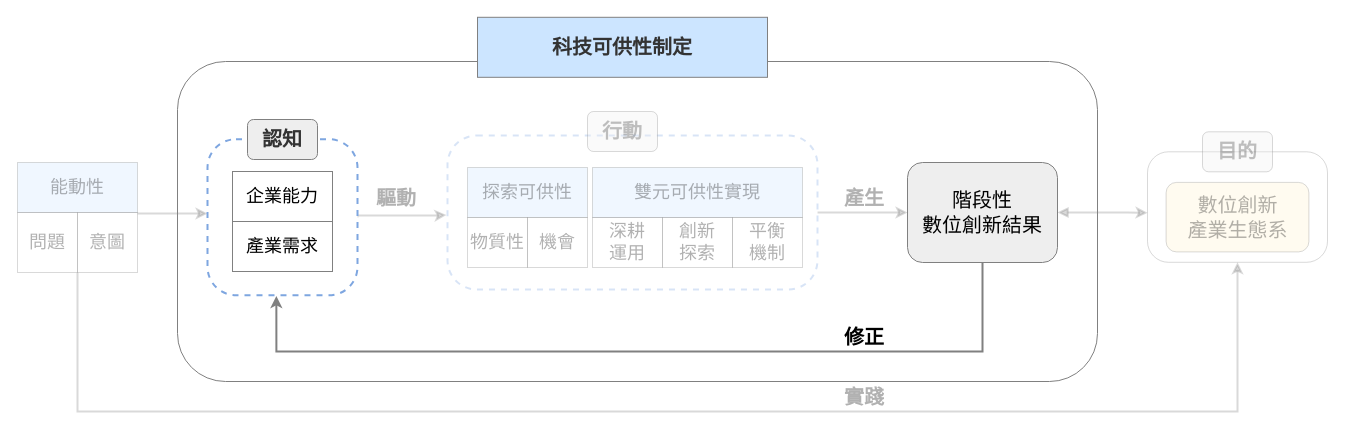
carina419/NTUST keeps this draw.io diagram as 論文ver1/圖片/簡報研究架構圖片/frontier enactment theroy_v10制定修正認知.drawio. Above is the earlier version. Source tidied: cells renumbered, new cells numbered last; positions are measured from the earlier drawing's top-left corner, leaving out a move shared by most shapes. Both pictures are drawn from the tidied source at 100%, with x=0, y=0 at pixel (17, 17).
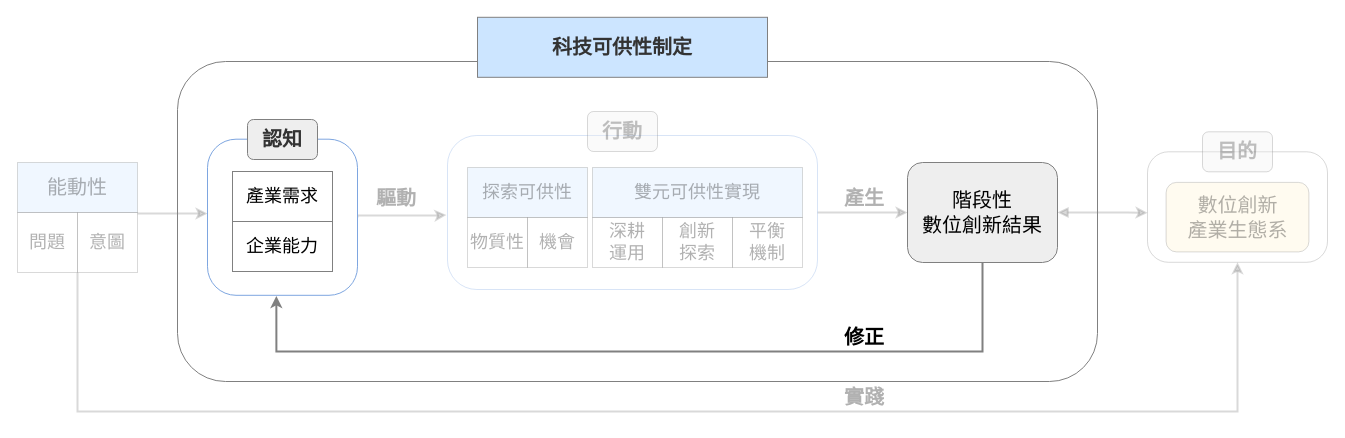
The same page after the edit.

Unchanged cells that the change refers to:
```xml
<mxCell id="18" style="group;textOpacity=30;opacity=30;" parent="1" vertex="1">
  <mxGeometry y="145" width="120" height="110" as="geometry" />
</mxCell>
<mxCell id="22" style="group;" parent="1" vertex="1">
  <mxGeometry x="190" y="102" width="150" height="175.8" as="geometry" />
</mxCell>
<mxCell id="25" style="group;" parent="22" vertex="1">
  <mxGeometry x="25" y="52" width="100" height="100" as="geometry" />
</mxCell>
```

Change to the diagram source:
```diff
@@
-    <mxCell id="21" value="能動性" style="rounded=0;whiteSpace=wrap;html=1;fontFamily=標楷體;fontSize=18;fontStyle=0;fillColor=#cce5ff;strokeColor=#808080;align=center;verticalAlign=middle;fontColor=default;textOpacity=30;opacity=30;" parent="18" vertex="1">
+    <mxCell id="21" value="&lt;font style=&quot;font-size: 20px;&quot;&gt;能動性&lt;/font&gt;" style="rounded=0;whiteSpace=wrap;html=1;fontFamily=標楷體;fontSize=18;fontStyle=0;fillColor=#cce5ff;strokeColor=#808080;align=center;verticalAlign=middle;fontColor=default;textOpacity=30;opacity=30;" parent="18" vertex="1">
       <mxGeometry width="120" height="50" as="geometry" />
     </mxCell>
@@
-    <mxCell id="23" style="rounded=1;whiteSpace=wrap;html=1;strokeWidth=2;dashed=1;fontFamily=標楷體;fontSize=18;fontStyle=0;strokeColor=#7EA6E0;align=center;verticalAlign=middle;arcSize=19;fontColor=default;fillColor=default;textOpacity=30;" parent="22" vertex="1">
+    <mxCell id="23" style="rounded=1;whiteSpace=wrap;html=1;strokeWidth=1;fontFamily=標楷體;fontSize=18;fontStyle=0;strokeColor=#7EA6E0;align=center;verticalAlign=middle;arcSize=19;fontColor=default;fillColor=default;textOpacity=30;" parent="22" vertex="1">
       <mxGeometry y="19.7" width="150" height="156.1" as="geometry" />
     </mxCell>
@@
-    <mxCell id="26" value="企業能力" style="rounded=0;whiteSpace=wrap;html=1;fontFamily=標楷體;fontSize=18;fontStyle=0;fillColor=default;strokeColor=#808080;align=center;verticalAlign=middle;fontColor=default;" parent="25" vertex="1">
+    <mxCell id="26" value="產業需求" style="rounded=0;whiteSpace=wrap;html=1;fontFamily=標楷體;fontSize=18;fontStyle=0;fillColor=default;strokeColor=#808080;align=center;verticalAlign=middle;fontColor=default;" parent="25" vertex="1">
       <mxGeometry width="100" height="50" as="geometry" />
     </mxCell>
-    <mxCell id="27" value="產業需求" style="rounded=0;whiteSpace=wrap;html=1;fontFamily=標楷體;fontSize=18;fontStyle=0;strokeColor=#808080;align=center;verticalAlign=middle;fontColor=default;fillColor=default;" parent="25" vertex="1">
+    <mxCell id="27" value="企業能力" style="rounded=0;whiteSpace=wrap;html=1;fontFamily=標楷體;fontSize=18;fontStyle=0;strokeColor=#808080;align=center;verticalAlign=middle;fontColor=default;fillColor=default;" parent="25" vertex="1">
       <mxGeometry y="50" width="100" height="50" as="geometry" />
     </mxCell>
@@
-    <mxCell id="29" style="rounded=1;whiteSpace=wrap;html=1;strokeWidth=2;dashed=1;fontFamily=標楷體;fontSize=18;fontStyle=0;arcSize=19;strokeColor=#7EA6E0;textOpacity=30;opacity=30;" parent="1" vertex="1">
+    <mxCell id="29" style="rounded=1;whiteSpace=wrap;html=1;strokeWidth=1;fontFamily=標楷體;fontSize=18;fontStyle=0;arcSize=19;strokeColor=#7EA6E0;textOpacity=30;opacity=30;" parent="1" vertex="1">
       <mxGeometry x="430" y="118" width="370" height="154" as="geometry" />
     </mxCell>
```
